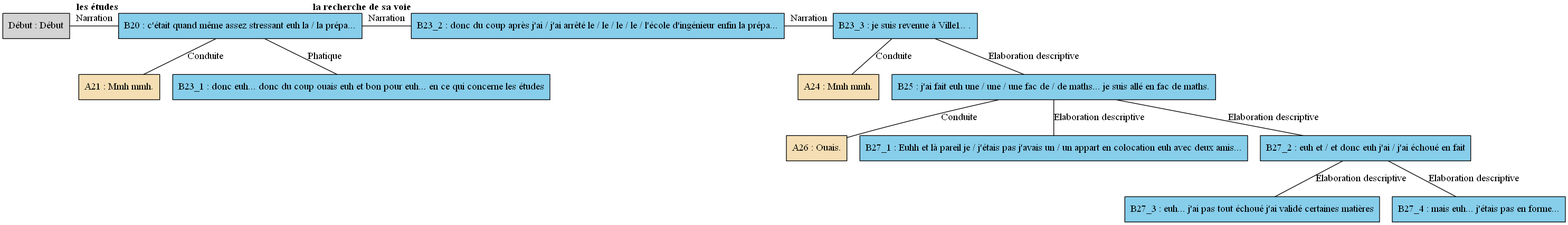
Earlier version of the Graphviz export arbres/Nord/Nord_-_E07.gv.png (AlaixComet/AnnotationSlamPTut). Its source is kept beside it as arbres/Nord/Nord_-_E07.gv.
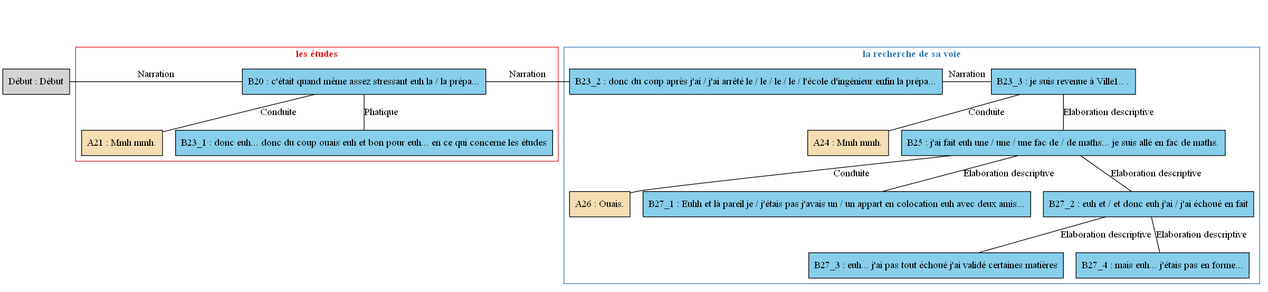
The same file after the commit.

What changed in the source:
```diff
@@ -1,43 +1,58 @@
 digraph E07 {
 	node [shape=box style=filled]
-	"Début" [label="Début : Début" xlabel=""]
-	B20 [label="B20 : c'était quand même assez stressant euh la / la prépa..." fillcolor=skyblue xlabel=<<B>les études</B>>]
-	A21 [label="A21 : Mmh mmh." fillcolor=wheat xlabel=""]
-	B23_1 [label="B23_1 : donc euh... donc du coup ouais euh et bon pour euh... en ce qui concerne les études" fillcolor=skyblue xlabel=""]
-	B23_2 [label="B23_2 : donc du coup après j'ai / j'ai arrêté le / le / le / le / l'école d'ingénieur enfin la prépa..." fillcolor=skyblue xlabel=<<B>la recherche de sa voie</B>>]
-	B23_3 [label="B23_3 : je suis revenue à Ville1.. ." fillcolor=skyblue xlabel=""]
-	A24 [label="A24 : Mmh mmh." fillcolor=wheat xlabel=""]
-	B25 [label="B25 : j'ai fait euh une / une / une fac de / de maths... je suis allé en fac de maths." fillcolor=skyblue xlabel=""]
-	A26 [label="A26 : Ouais." fillcolor=wheat xlabel=""]
-	B27_1 [label="B27_1 : Euhh et là pareil je / j'étais pas j'avais un / un appart en colocation euh avec deux amis..." fillcolor=skyblue xlabel=""]
-	B27_2 [label="B27_2 : euh et / et donc euh j'ai / j'ai échoué en fait" fillcolor=skyblue xlabel=""]
-	B27_3 [label="B27_3 : euh... j'ai pas tout échoué j'ai validé certaines matières" fillcolor=skyblue xlabel=""]
-	B27_4 [label="B27_4 : mais euh... j'étais pas en forme..." fillcolor=skyblue xlabel=""]
-	{
-		rank=same
-		"Début"
+	newrank=true
+	zero [style=invis]
+	"Début" [label="Début : Début"]
+	B20 [label="B20 : c'était quand même assez stressant euh la / la prépa..." fillcolor=skyblue]
+	A21 [label="A21 : Mmh mmh." fillcolor=wheat]
+	B23_1 [label="B23_1 : donc euh... donc du coup ouais euh et bon pour euh... en ce qui concerne les études" fillcolor=skyblue]
+	B23_2 [label="B23_2 : donc du coup après j'ai / j'ai arrêté le / le / le / le / l'école d'ingénieur enfin la prépa..." fillcolor=skyblue]
+	B23_3 [label="B23_3 : je suis revenue à Ville1.. ." fillcolor=skyblue]
+	A24 [label="A24 : Mmh mmh." fillcolor=wheat]
+	B25 [label="B25 : j'ai fait euh une / une / une fac de / de maths... je suis allé en fac de maths." fillcolor=skyblue]
+	A26 [label="A26 : Ouais." fillcolor=wheat]
+	B27_1 [label="B27_1 : Euhh et là pareil je / j'étais pas j'avais un / un appart en colocation euh avec deux amis..." fillcolor=skyblue]
+	B27_2 [label="B27_2 : euh et / et donc euh j'ai / j'ai échoué en fait" fillcolor=skyblue]
+	B27_3 [label="B27_3 : euh... j'ai pas tout échoué j'ai validé certaines matières" fillcolor=skyblue]
+	B27_4 [label="B27_4 : mais euh... j'étais pas en forme..." fillcolor=skyblue]
+	zero -> "Début" [label="" style=invis]
+	zero -> B20 [style=invis weight=1]
+	"Début" -> B20 [label=Narration constraint=false dir=none]
+	B20 -> A21 [label=Conduite dir=none weight=2]
+	B20 -> B23_1 [label=Phatique dir=none weight=2]
+	zero -> B23_2 [style=invis weight=1]
+	B20 -> B23_2 [label=Narration constraint=false dir=none]
+	zero -> B23_3 [style=invis weight=1]
+	B23_2 -> B23_3 [label=Narration constraint=false dir=none]
+	B23_3 -> A24 [label=Conduite dir=none weight=2]
+	B23_3 -> B25 [label="Elaboration descriptive" dir=none weight=2]
+	B25 -> A26 [label=Conduite dir=none weight=2]
+	B25 -> B27_1 [label="Elaboration descriptive" dir=none weight=2]
+	B25 -> B27_2 [label="Elaboration descriptive" dir=none weight=2]
+	B27_2 -> B27_3 [label="Elaboration descriptive" dir=none weight=2]
+	B27_2 -> B27_4 [label="Elaboration descriptive" dir=none weight=2]
+	subgraph cluster_1 {
+		label=<<B>les études</B>>
+		colorscheme=set19
+		color=1
+		fontcolor=1
 		B20
-		"Début" -> B20 [label=Narration dir=none]
+		A21
+		B23_1
 	}
-	B20 -> A21 [label=Conduite dir=none]
-	B20 -> B23_1 [label=Phatique dir=none]
-	{
-		rank=same
-		B20
-		B23_2
-		B20 -> B23_2 [label=Narration dir=none]
-	}
-	{
-		rank=same
+	subgraph cluster_2 {
+		label=<<B>la recherche de sa voie</B>>
+		colorscheme=set19
+		color=2
+		fontcolor=2
 		B23_2
 		B23_3
-		B23_2 -> B23_3 [label=Narration dir=none]
+		A24
+		B25
+		A26
+		B27_1
+		B27_2
+		B27_3
+		B27_4
 	}
-	B23_3 -> A24 [label=Conduite dir=none]
-	B23_3 -> B25 [label="Elaboration descriptive" dir=none]
-	B25 -> A26 [label=Conduite dir=none]
-	B25 -> B27_1 [label="Elaboration descriptive" dir=none]
-	B25 -> B27_2 [label="Elaboration descriptive" dir=none]
-	B27_2 -> B27_3 [label="Elaboration descriptive" dir=none]
-	B27_2 -> B27_4 [label="Elaboration descriptive" dir=none]
 }
```
